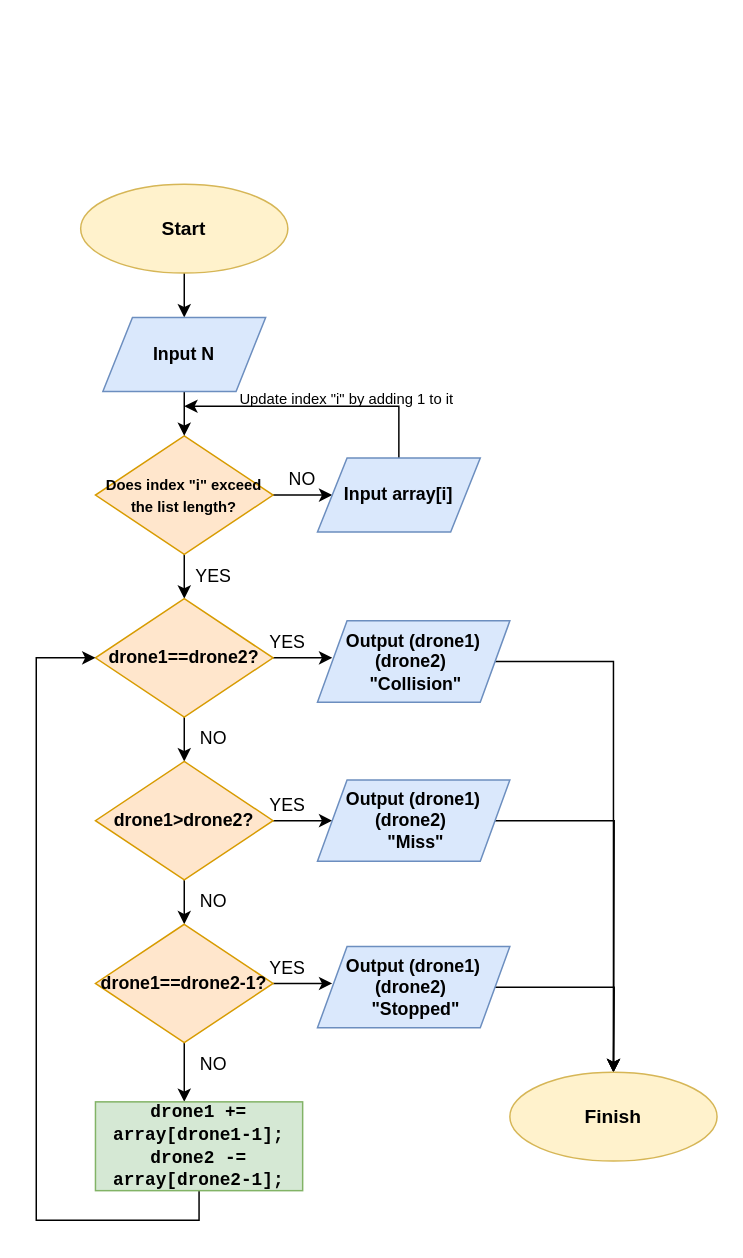
Earlier version of the draw.io diagram drones.drawio (SofiaPasichko/sofiaa). Source tidied: cells renumbered, new cells numbered last; positions are measured from the earlier drawing's top-left corner, leaving out a move shared by most shapes. Both pictures are drawn from the tidied source at 148%, with x=0, y=0 at pixel (36, 184).
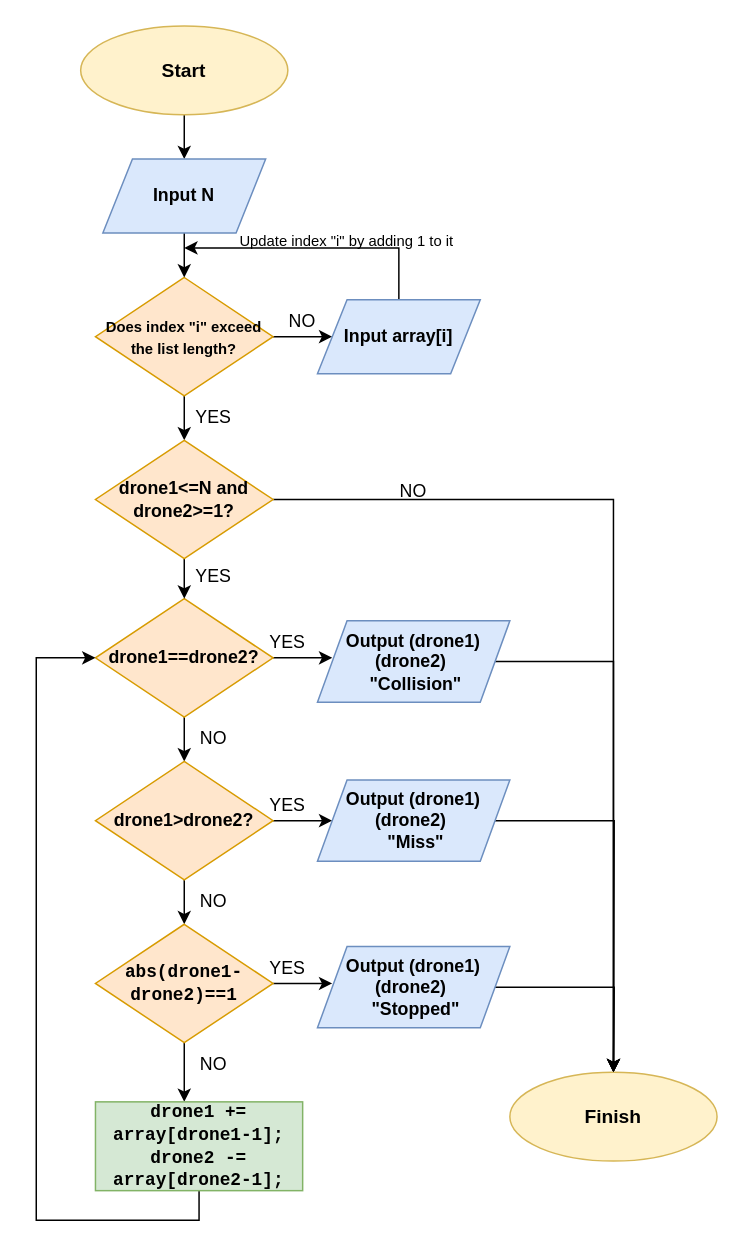
Above is the later version.

The change refers to these unchanged cells:
```xml
<mxCell id="15" value="&lt;b&gt;drone1==drone2?&lt;/b&gt;" style="rhombus;whiteSpace=wrap;html=1;fillColor=#ffe6cc;strokeColor=#d79b00;" parent="1" vertex="1">
  <mxGeometry x="40" y="280" width="120" height="80" as="geometry" />
</mxCell>
<mxCell id="37" value="&lt;span style=&quot;font-size: 13px;&quot;&gt;&lt;b&gt;Finish&lt;/b&gt;&lt;/span&gt;" style="ellipse;whiteSpace=wrap;html=1;fillColor=#fff2cc;strokeColor=#d6b656;" parent="1" vertex="1">
  <mxGeometry x="320" y="600" width="140" height="60" as="geometry" />
</mxCell>
```

Change to the diagram source:
```diff
@@
     <mxCell id="3" value="&lt;b&gt;&lt;font style=&quot;font-size: 13px;&quot;&gt;Start&lt;/font&gt;&lt;/b&gt;" style="ellipse;whiteSpace=wrap;html=1;fillColor=#fff2cc;strokeColor=#d6b656;" parent="1" vertex="1">
-      <mxGeometry x="30" width="140" height="60" as="geometry" />
+      <mxGeometry x="30" y="-107" width="140" height="60" as="geometry" />
     </mxCell>
@@
-    <mxCell id="5" style="edgeStyle=orthogonalEdgeStyle;rounded=0;jettySize=auto;html=1;exitX=0.5;exitY=1;exitDx=0;exitDy=0;entryX=0.5;entryY=0;entryDx=0;entryDy=0;" parent="1" edge="1" source="6" target="15">
-      <mxGeometry relative="1" as="geometry" />
-    </mxCell>
+    <mxCell id="38" style="edgeStyle=orthogonalEdgeStyle;rounded=0;jettySize=auto;html=1;exitX=0.5;exitY=1;exitDx=0;exitDy=0;" parent="1" edge="1" source="6" target="41">
+      <mxGeometry relative="1" as="geometry" />
+    </mxCell>
     <mxCell id="6" value="&lt;font style=&quot;font-size: 10px;&quot;&gt;&lt;b&gt;Does index &quot;i&quot; exceed the list length?&lt;/b&gt;&lt;/font&gt;" style="rhombus;whiteSpace=wrap;html=1;fillColor=#ffe6cc;strokeColor=#d79b00;" parent="1" vertex="1">
-      <mxGeometry x="40" y="170" width="120" height="80" as="geometry" />
+      <mxGeometry x="40" y="63" width="120" height="80" as="geometry" />
     </mxCell>
     <mxCell id="7" style="edgeStyle=orthogonalEdgeStyle;rounded=0;jettySize=auto;html=1;exitX=0.5;exitY=0;exitDx=0;exitDy=0;" parent="1" edge="1" source="8">
       <mxGeometry relative="1" as="geometry">
-        <mxPoint x="100" y="150" as="targetPoint" />
+        <mxPoint x="100" y="43" as="targetPoint" />
         <Array as="points">
-          <mxPoint x="245" y="150" />
+          <mxPoint x="245" y="43" />
         </Array>
       </mxGeometry>
     </mxCell>
     <mxCell id="8" value="&lt;b&gt;Input array[i]&lt;/b&gt;" style="shape=parallelogram;perimeter=parallelogramPerimeter;whiteSpace=wrap;html=1;fixedSize=1;fillColor=#dae8fc;strokeColor=#6c8ebf;" parent="1" vertex="1">
-      <mxGeometry x="190" y="185" width="110" height="50" as="geometry" />
+      <mxGeometry x="190" y="78" width="110" height="50" as="geometry" />
     </mxCell>
@@
     <mxCell id="10" value="&lt;b&gt;Input N&lt;/b&gt;" style="shape=parallelogram;perimeter=parallelogramPerimeter;whiteSpace=wrap;html=1;fixedSize=1;fillColor=#dae8fc;strokeColor=#6c8ebf;" parent="1" vertex="1">
-      <mxGeometry x="45" y="90" width="110" height="50" as="geometry" />
+      <mxGeometry x="45" y="-17" width="110" height="50" as="geometry" />
     </mxCell>
     <mxCell id="11" value="NO" style="text;html=1;strokeColor=none;fillColor=none;align=center;verticalAlign=middle;whiteSpace=wrap;rounded=0;" parent="1" vertex="1">
-      <mxGeometry x="150" y="185" width="60" height="30" as="geometry" />
+      <mxGeometry x="150" y="78" width="60" height="30" as="geometry" />
     </mxCell>
     <mxCell id="12" value="Update index &quot;i&quot; by adding 1 to it" style="text;html=1;strokeColor=none;fillColor=none;align=center;verticalAlign=middle;whiteSpace=wrap;rounded=0;fontSize=10;" parent="1" vertex="1">
-      <mxGeometry x="90" y="130" width="240" height="30" as="geometry" />
+      <mxGeometry x="90" y="23" width="240" height="30" as="geometry" />
     </mxCell>
@@
-    <mxCell id="21" value="&lt;b&gt;drone1==drone2-1?&lt;/b&gt;" style="rhombus;whiteSpace=wrap;html=1;fillColor=#ffe6cc;strokeColor=#d79b00;" parent="1" vertex="1">
+    <mxCell id="21" value="&lt;font face=&quot;Consolas, Courier New, monospace&quot;&gt;&lt;b style=&quot;&quot;&gt;abs(drone1-drone2)==1&lt;/b&gt;&lt;/font&gt;" style="rhombus;whiteSpace=wrap;html=1;fillColor=#ffe6cc;strokeColor=#d79b00;" parent="1" vertex="1">
       <mxGeometry x="40" y="500" width="120" height="80" as="geometry" />
     </mxCell>
     <mxCell id="22" value="YES" style="text;html=1;strokeColor=none;fillColor=none;align=center;verticalAlign=middle;whiteSpace=wrap;rounded=0;" parent="1" vertex="1">
-      <mxGeometry x="90" y="250" width="60" height="30" as="geometry" />
+      <mxGeometry x="90" y="143" width="60" height="30" as="geometry" />
     </mxCell>
@@
+    <mxCell id="39" style="edgeStyle=orthogonalEdgeStyle;rounded=0;jettySize=auto;html=1;exitX=0.5;exitY=1;exitDx=0;exitDy=0;entryX=0.5;entryY=0;entryDx=0;entryDy=0;" parent="1" edge="1" source="41" target="15">
+      <mxGeometry relative="1" as="geometry" />
+    </mxCell>
+    <mxCell id="40" style="edgeStyle=orthogonalEdgeStyle;rounded=0;jettySize=auto;html=1;exitX=1;exitY=0.5;exitDx=0;exitDy=0;entryX=0.5;entryY=0;entryDx=0;entryDy=0;" parent="1" edge="1" source="41" target="37">
+      <mxGeometry relative="1" as="geometry" />
+    </mxCell>
+    <mxCell id="41" value="&lt;b&gt;drone1&amp;lt;=N and drone2&amp;gt;=1?&lt;/b&gt;" style="rhombus;whiteSpace=wrap;html=1;fillColor=#ffe6cc;strokeColor=#d79b00;" parent="1" vertex="1">
+      <mxGeometry x="40" y="173" width="120" height="80" as="geometry" />
+    </mxCell>
+    <mxCell id="42" value="YES" style="text;html=1;strokeColor=none;fillColor=none;align=center;verticalAlign=middle;whiteSpace=wrap;rounded=0;" parent="1" vertex="1">
+      <mxGeometry x="90" y="250" width="60" height="30" as="geometry" />
+    </mxCell>
+    <mxCell id="43" value="NO" style="text;html=1;strokeColor=none;fillColor=none;align=center;verticalAlign=middle;whiteSpace=wrap;rounded=0;" parent="1" vertex="1">
+      <mxGeometry x="225" y="193" width="60" height="30" as="geometry" />
+    </mxCell>
```
